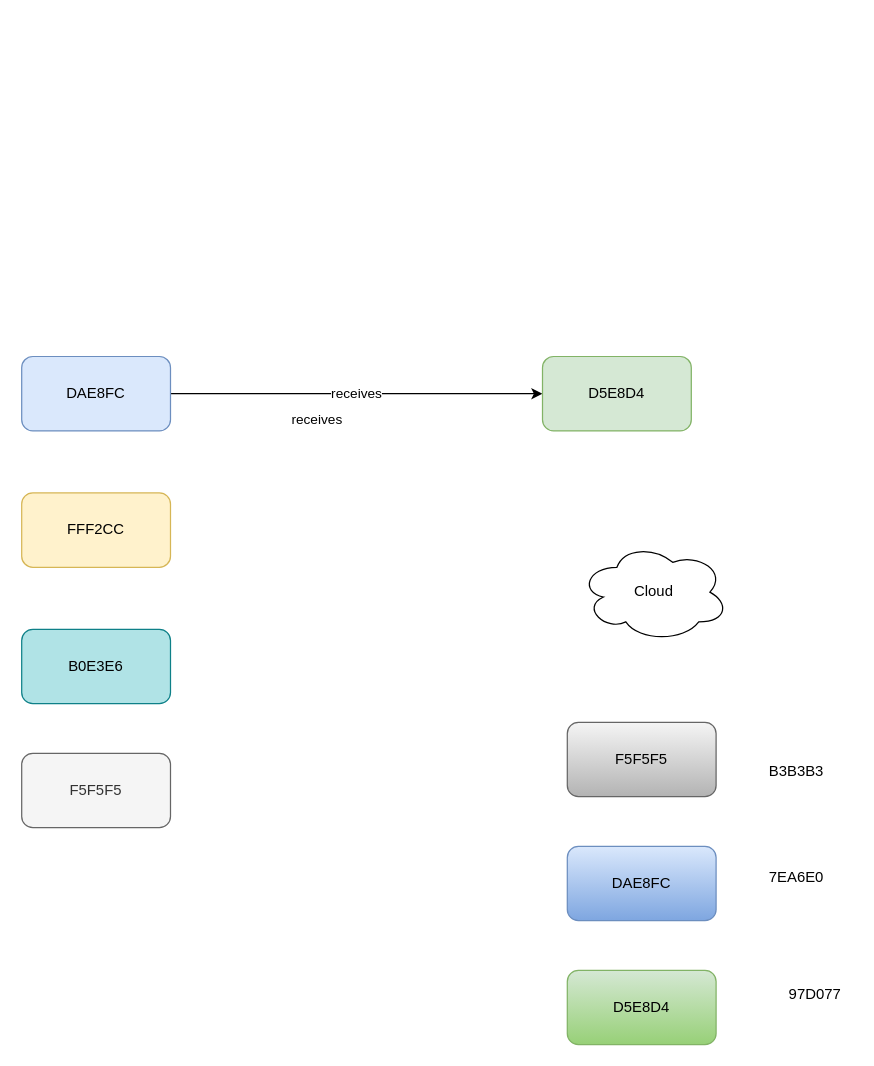
robertoestlin/noted keeps this draw.io diagram as page "Page-1" (1 of 2) of drawing_new_features.drawio. Above is the earlier version. Source tidied: cells renumbered, new cells numbered last; positions are measured from the earlier drawing's top-left corner, leaving out a move shared by most shapes. Both pictures are drawn from the tidied source at 124%, with x=0, y=0 at pixel (21, 356).
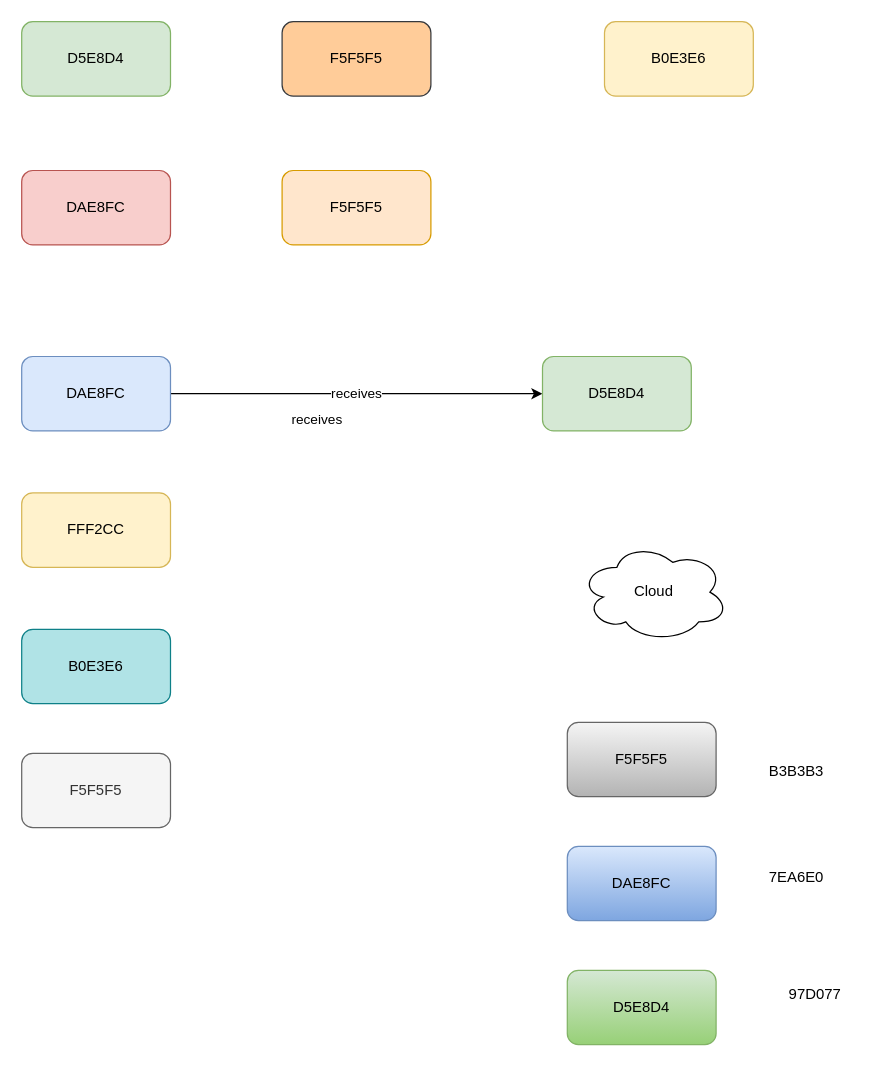
After the change.

The edit, as a diff of the source:
```diff
@@
+    <mxCell id="16" value="DAE8FC" style="rounded=1;whiteSpace=wrap;html=1;fillColor=#f8cecc;strokeColor=#b85450;shadow=0;" parent="1" vertex="1">
+      <mxGeometry y="-150" width="120" height="60" as="geometry" />
+    </mxCell>
+    <mxCell id="17" value="F5F5F5" style="rounded=1;whiteSpace=wrap;html=1;fillColor=#ffcc99;strokeColor=#36393d;shadow=0;" parent="1" vertex="1">
+      <mxGeometry x="210" y="-270" width="120" height="60" as="geometry" />
+    </mxCell>
+    <mxCell id="18" value="F5F5F5" style="rounded=1;whiteSpace=wrap;html=1;fillColor=#ffe6cc;strokeColor=#d79b00;shadow=0;" parent="1" vertex="1">
+      <mxGeometry x="210" y="-150" width="120" height="60" as="geometry" />
+    </mxCell>
+    <mxCell id="19" value="D5E8D4" style="rounded=1;whiteSpace=wrap;html=1;fillColor=#d5e8d4;strokeColor=#82b366;" parent="1" vertex="1">
+      <mxGeometry y="-270" width="120" height="60" as="geometry" />
+    </mxCell>
+    <mxCell id="20" value="B0E3E6" style="rounded=1;whiteSpace=wrap;html=1;fillColor=#fff2cc;strokeColor=#d6b656;" parent="1" vertex="1">
+      <mxGeometry x="470" y="-270" width="120" height="60" as="geometry" />
+    </mxCell>
```
